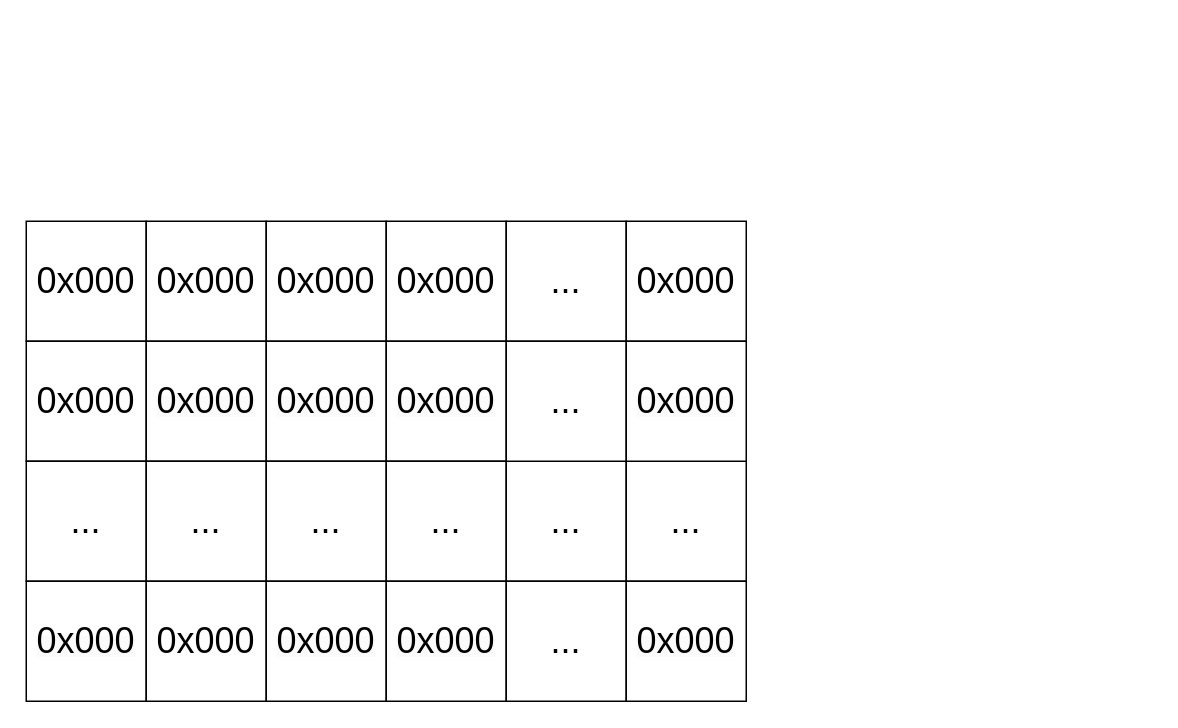
sabarioded/Patterns_Project keeps this draw.io diagram as Diagrams/matrix1.drawio. Above is the earlier version. Source tidied: cells renumbered, new cells numbered last; positions are measured from the earlier drawing's top-left corner, leaving out a move shared by most shapes. Both pictures are drawn from the tidied source at 150%, with x=0, y=0 at pixel (26, 220).
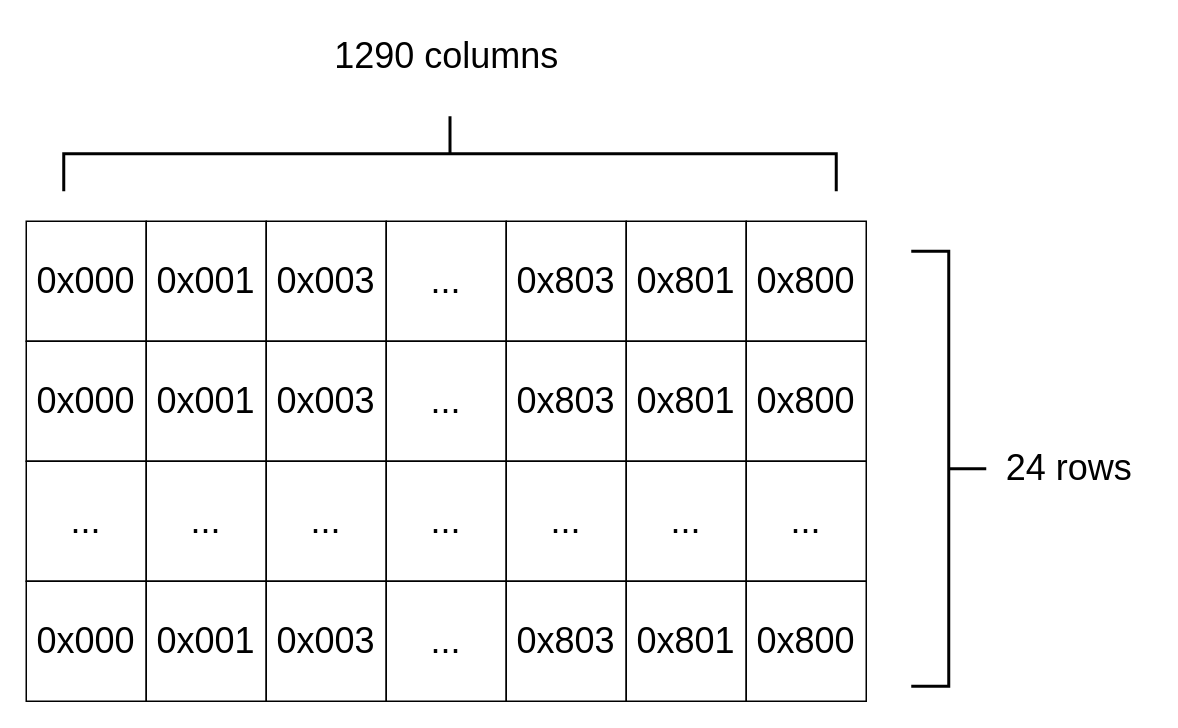
The same diagram, later.

Diff of the diagram source:
```diff
@@
-    <mxCell id="3" value="&lt;font style=&quot;font-size: 24px;&quot;&gt;0x000&lt;/font&gt;" style="rounded=0;whiteSpace=wrap;html=1;" parent="1" vertex="1">
+    <mxCell id="3" value="&lt;font style=&quot;font-size: 24px;&quot;&gt;0x001&lt;/font&gt;" style="rounded=0;whiteSpace=wrap;html=1;" parent="1" vertex="1">
       <mxGeometry x="80" width="80" height="80" as="geometry" />
     </mxCell>
-    <mxCell id="4" value="&lt;font style=&quot;font-size: 24px;&quot;&gt;0x000&lt;/font&gt;" style="rounded=0;whiteSpace=wrap;html=1;" parent="1" vertex="1">
-      <mxGeometry y="80" width="80" height="80" as="geometry" />
-    </mxCell>
-    <mxCell id="5" value="&lt;span style=&quot;color: rgb(0, 0, 0); font-family: Helvetica; font-style: normal; font-variant-ligatures: normal; font-variant-caps: normal; font-weight: 400; letter-spacing: normal; orphans: 2; text-align: center; text-indent: 0px; text-transform: none; widows: 2; word-spacing: 0px; -webkit-text-stroke-width: 0px; white-space: normal; background-color: rgb(251, 251, 251); text-decoration-thickness: initial; text-decoration-style: initial; text-decoration-color: initial; float: none; display: inline !important;&quot;&gt;&lt;font style=&quot;font-size: 24px;&quot;&gt;0x000&lt;/font&gt;&lt;/span&gt;" style="rounded=0;whiteSpace=wrap;html=1;" parent="1" vertex="1">
-      <mxGeometry x="80" y="80" width="80" height="80" as="geometry" />
-    </mxCell>
-    <mxCell id="6" value="&lt;font style=&quot;font-size: 24px;&quot;&gt;0x000&lt;/font&gt;" style="rounded=0;whiteSpace=wrap;html=1;" parent="1" vertex="1">
+    <mxCell id="6" value="&lt;font style=&quot;font-size: 24px;&quot;&gt;0x003&lt;/font&gt;" style="rounded=0;whiteSpace=wrap;html=1;" parent="1" vertex="1">
       <mxGeometry x="160" width="80" height="80" as="geometry" />
     </mxCell>
-    <mxCell id="7" value="&lt;font style=&quot;font-size: 24px;&quot;&gt;0x000&lt;/font&gt;" style="rounded=0;whiteSpace=wrap;html=1;" parent="1" vertex="1">
+    <mxCell id="7" value="&lt;font style=&quot;font-size: 24px;&quot;&gt;...&lt;/font&gt;" style="rounded=0;whiteSpace=wrap;html=1;" parent="1" vertex="1">
       <mxGeometry x="240" width="80" height="80" as="geometry" />
     </mxCell>
-    <mxCell id="8" value="&lt;span style=&quot;color: rgb(0, 0, 0); font-family: Helvetica; font-style: normal; font-variant-ligatures: normal; font-variant-caps: normal; font-weight: 400; letter-spacing: normal; orphans: 2; text-align: center; text-indent: 0px; text-transform: none; widows: 2; word-spacing: 0px; -webkit-text-stroke-width: 0px; white-space: normal; background-color: rgb(251, 251, 251); text-decoration-thickness: initial; text-decoration-style: initial; text-decoration-color: initial; float: none; display: inline !important;&quot;&gt;&lt;font style=&quot;font-size: 24px;&quot;&gt;0x000&lt;/font&gt;&lt;/span&gt;" style="rounded=0;whiteSpace=wrap;html=1;" parent="1" vertex="1">
-      <mxGeometry x="160" y="80" width="80" height="80" as="geometry" />
-    </mxCell>
-    <mxCell id="9" value="&lt;span style=&quot;color: rgb(0, 0, 0); font-family: Helvetica; font-style: normal; font-variant-ligatures: normal; font-variant-caps: normal; font-weight: 400; letter-spacing: normal; orphans: 2; text-align: center; text-indent: 0px; text-transform: none; widows: 2; word-spacing: 0px; -webkit-text-stroke-width: 0px; white-space: normal; background-color: rgb(251, 251, 251); text-decoration-thickness: initial; text-decoration-style: initial; text-decoration-color: initial; float: none; display: inline !important;&quot;&gt;&lt;font style=&quot;font-size: 24px;&quot;&gt;0x000&lt;/font&gt;&lt;/span&gt;" style="rounded=0;whiteSpace=wrap;html=1;" parent="1" vertex="1">
-      <mxGeometry x="240" y="80" width="80" height="80" as="geometry" />
-    </mxCell>
+    <mxCell id="22" value="&lt;span style=&quot;font-size: 24px;&quot;&gt;0x803&lt;/span&gt;" style="rounded=0;whiteSpace=wrap;html=1;" parent="1" vertex="1">
+      <mxGeometry x="320" width="80" height="80" as="geometry" />
+    </mxCell>
+    <mxCell id="23" value="&lt;font style=&quot;font-size: 24px;&quot;&gt;0x801&lt;/font&gt;" style="rounded=0;whiteSpace=wrap;html=1;" parent="1" vertex="1">
+      <mxGeometry x="400" width="80" height="80" as="geometry" />
+    </mxCell>
+    <mxCell id="26" value="&lt;font style=&quot;font-size: 24px;&quot;&gt;0x800&lt;/font&gt;" style="rounded=0;whiteSpace=wrap;html=1;" parent="1" vertex="1">
+      <mxGeometry x="480" width="80" height="80" as="geometry" />
+    </mxCell>
+    <mxCell id="4" value="&lt;font style=&quot;font-size: 24px;&quot;&gt;0x000&lt;/font&gt;" style="rounded=0;whiteSpace=wrap;html=1;" parent="1" vertex="1">
+      <mxGeometry y="80" width="80" height="80" as="geometry" />
+    </mxCell>
+    <mxCell id="27" value="&lt;font style=&quot;font-size: 24px;&quot;&gt;0x001&lt;/font&gt;" style="rounded=0;whiteSpace=wrap;html=1;" parent="1" vertex="1">
+      <mxGeometry x="80" y="80" width="80" height="80" as="geometry" />
+    </mxCell>
+    <mxCell id="28" value="&lt;font style=&quot;font-size: 24px;&quot;&gt;0x003&lt;/font&gt;" style="rounded=0;whiteSpace=wrap;html=1;" parent="1" vertex="1">
+      <mxGeometry x="160" y="80" width="80" height="80" as="geometry" />
+    </mxCell>
+    <mxCell id="29" value="&lt;font style=&quot;font-size: 24px;&quot;&gt;...&lt;/font&gt;" style="rounded=0;whiteSpace=wrap;html=1;" parent="1" vertex="1">
+      <mxGeometry x="240" y="80" width="80" height="80" as="geometry" />
+    </mxCell>
+    <mxCell id="30" value="&lt;span style=&quot;font-size: 24px;&quot;&gt;0x803&lt;/span&gt;" style="rounded=0;whiteSpace=wrap;html=1;" parent="1" vertex="1">
+      <mxGeometry x="320" y="80" width="80" height="80" as="geometry" />
+    </mxCell>
+    <mxCell id="31" value="&lt;font style=&quot;font-size: 24px;&quot;&gt;0x801&lt;/font&gt;" style="rounded=0;whiteSpace=wrap;html=1;" parent="1" vertex="1">
+      <mxGeometry x="400" y="80" width="80" height="80" as="geometry" />
+    </mxCell>
+    <mxCell id="32" value="&lt;font style=&quot;font-size: 24px;&quot;&gt;0x800&lt;/font&gt;" style="rounded=0;whiteSpace=wrap;html=1;" parent="1" vertex="1">
+      <mxGeometry x="480" y="80" width="80" height="80" as="geometry" />
+    </mxCell>
@@
-    <mxCell id="12" value="&lt;span style=&quot;color: rgb(0, 0, 0); font-family: Helvetica; font-style: normal; font-variant-ligatures: normal; font-variant-caps: normal; font-weight: 400; letter-spacing: normal; orphans: 2; text-align: center; text-indent: 0px; text-transform: none; widows: 2; word-spacing: 0px; -webkit-text-stroke-width: 0px; white-space: normal; background-color: rgb(251, 251, 251); text-decoration-thickness: initial; text-decoration-style: initial; text-decoration-color: initial; float: none; display: inline !important;&quot;&gt;&lt;font style=&quot;font-size: 24px;&quot;&gt;0x000&lt;/font&gt;&lt;/span&gt;" style="rounded=0;whiteSpace=wrap;html=1;" parent="1" vertex="1">
-      <mxGeometry y="240" width="80" height="80" as="geometry" />
-    </mxCell>
-    <mxCell id="13" value="&lt;font style=&quot;font-size: 24px;&quot;&gt;0x000&lt;/font&gt;" style="rounded=0;whiteSpace=wrap;html=1;" parent="1" vertex="1">
-      <mxGeometry x="80" y="240" width="80" height="80" as="geometry" />
-    </mxCell>
@@
-    <mxCell id="16" value="&lt;span style=&quot;color: rgb(0, 0, 0); font-family: Helvetica; font-style: normal; font-variant-ligatures: normal; font-variant-caps: normal; font-weight: 400; letter-spacing: normal; orphans: 2; text-align: center; text-indent: 0px; text-transform: none; widows: 2; word-spacing: 0px; -webkit-text-stroke-width: 0px; white-space: normal; background-color: rgb(251, 251, 251); text-decoration-thickness: initial; text-decoration-style: initial; text-decoration-color: initial; float: none; display: inline !important;&quot;&gt;&lt;font style=&quot;font-size: 24px;&quot;&gt;0x000&lt;/font&gt;&lt;/span&gt;" style="rounded=0;whiteSpace=wrap;html=1;" parent="1" vertex="1">
-      <mxGeometry x="160" y="240" width="80" height="80" as="geometry" />
-    </mxCell>
-    <mxCell id="17" value="&lt;span style=&quot;color: rgb(0, 0, 0); font-family: Helvetica; font-style: normal; font-variant-ligatures: normal; font-variant-caps: normal; font-weight: 400; letter-spacing: normal; orphans: 2; text-align: center; text-indent: 0px; text-transform: none; widows: 2; word-spacing: 0px; -webkit-text-stroke-width: 0px; white-space: normal; background-color: rgb(251, 251, 251); text-decoration-thickness: initial; text-decoration-style: initial; text-decoration-color: initial; float: none; display: inline !important;&quot;&gt;&lt;font style=&quot;font-size: 24px;&quot;&gt;0x000&lt;/font&gt;&lt;/span&gt;" style="rounded=0;whiteSpace=wrap;html=1;" parent="1" vertex="1">
-      <mxGeometry x="240" y="240" width="80" height="80" as="geometry" />
-    </mxCell>
-    <mxCell id="18" value="&lt;font style=&quot;font-size: 24px;&quot;&gt;...&lt;/font&gt;" style="rounded=0;whiteSpace=wrap;html=1;" parent="1" vertex="1">
-      <mxGeometry x="320" y="160" width="80" height="80" as="geometry" />
-    </mxCell>
+    <mxCell id="33" value="&lt;span style=&quot;font-size: 24px;&quot;&gt;...&lt;/span&gt;" style="rounded=0;whiteSpace=wrap;html=1;" parent="1" vertex="1">
+      <mxGeometry x="320" y="160" width="80" height="80" as="geometry" />
+    </mxCell>
@@
-    <mxCell id="20" value="&lt;font style=&quot;font-size: 24px;&quot;&gt;...&lt;/font&gt;" style="rounded=0;whiteSpace=wrap;html=1;" parent="1" vertex="1">
-      <mxGeometry x="320" y="240" width="80" height="80" as="geometry" />
-    </mxCell>
-    <mxCell id="21" value="&lt;span style=&quot;color: rgb(0, 0, 0); font-family: Helvetica; font-style: normal; font-variant-ligatures: normal; font-variant-caps: normal; font-weight: 400; letter-spacing: normal; orphans: 2; text-align: center; text-indent: 0px; text-transform: none; widows: 2; word-spacing: 0px; -webkit-text-stroke-width: 0px; white-space: normal; background-color: rgb(251, 251, 251); text-decoration-thickness: initial; text-decoration-style: initial; text-decoration-color: initial; float: none; display: inline !important;&quot;&gt;&lt;font style=&quot;font-size: 24px;&quot;&gt;0x000&lt;/font&gt;&lt;/span&gt;" style="rounded=0;whiteSpace=wrap;html=1;" parent="1" vertex="1">
-      <mxGeometry x="400" y="240" width="80" height="80" as="geometry" />
-    </mxCell>
-    <mxCell id="22" value="&lt;font style=&quot;font-size: 24px;&quot;&gt;...&lt;/font&gt;" style="rounded=0;whiteSpace=wrap;html=1;" parent="1" vertex="1">
-      <mxGeometry x="320" width="80" height="80" as="geometry" />
-    </mxCell>
-    <mxCell id="23" value="&lt;font style=&quot;font-size: 24px;&quot;&gt;0x000&lt;/font&gt;" style="rounded=0;whiteSpace=wrap;html=1;" parent="1" vertex="1">
-      <mxGeometry x="400" width="80" height="80" as="geometry" />
-    </mxCell>
-    <mxCell id="24" value="&lt;font style=&quot;font-size: 24px;&quot;&gt;...&lt;/font&gt;" style="rounded=0;whiteSpace=wrap;html=1;" parent="1" vertex="1">
-      <mxGeometry x="320" y="80" width="80" height="80" as="geometry" />
-    </mxCell>
-    <mxCell id="25" value="&lt;span style=&quot;color: rgb(0, 0, 0); font-family: Helvetica; font-style: normal; font-variant-ligatures: normal; font-variant-caps: normal; font-weight: 400; letter-spacing: normal; orphans: 2; text-align: center; text-indent: 0px; text-transform: none; widows: 2; word-spacing: 0px; -webkit-text-stroke-width: 0px; white-space: normal; background-color: rgb(251, 251, 251); text-decoration-thickness: initial; text-decoration-style: initial; text-decoration-color: initial; float: none; display: inline !important;&quot;&gt;&lt;font style=&quot;font-size: 24px;&quot;&gt;0x000&lt;/font&gt;&lt;/span&gt;" style="rounded=0;whiteSpace=wrap;html=1;" parent="1" vertex="1">
-      <mxGeometry x="400" y="80" width="80" height="80" as="geometry" />
-    </mxCell>
+    <mxCell id="34" value="&lt;font style=&quot;font-size: 24px;&quot;&gt;...&lt;/font&gt;" style="rounded=0;whiteSpace=wrap;html=1;" parent="1" vertex="1">
+      <mxGeometry x="480" y="160" width="80" height="80" as="geometry" />
+    </mxCell>
+    <mxCell id="13" value="&lt;font style=&quot;font-size: 24px;&quot;&gt;0x000&lt;/font&gt;" style="rounded=0;whiteSpace=wrap;html=1;" parent="1" vertex="1">
+      <mxGeometry y="240" width="80" height="80" as="geometry" />
+    </mxCell>
+    <mxCell id="35" value="&lt;font style=&quot;font-size: 24px;&quot;&gt;0x001&lt;/font&gt;" style="rounded=0;whiteSpace=wrap;html=1;" parent="1" vertex="1">
+      <mxGeometry x="80" y="240" width="80" height="80" as="geometry" />
+    </mxCell>
+    <mxCell id="36" value="&lt;font style=&quot;font-size: 24px;&quot;&gt;0x003&lt;/font&gt;" style="rounded=0;whiteSpace=wrap;html=1;" parent="1" vertex="1">
+      <mxGeometry x="160" y="240" width="80" height="80" as="geometry" />
+    </mxCell>
+    <mxCell id="37" value="&lt;font style=&quot;font-size: 24px;&quot;&gt;...&lt;/font&gt;" style="rounded=0;whiteSpace=wrap;html=1;" parent="1" vertex="1">
+      <mxGeometry x="240" y="240" width="80" height="80" as="geometry" />
+    </mxCell>
+    <mxCell id="38" value="&lt;span style=&quot;font-size: 24px;&quot;&gt;0x803&lt;/span&gt;" style="rounded=0;whiteSpace=wrap;html=1;" parent="1" vertex="1">
+      <mxGeometry x="320" y="240" width="80" height="80" as="geometry" />
+    </mxCell>
+    <mxCell id="39" value="&lt;font style=&quot;font-size: 24px;&quot;&gt;0x801&lt;/font&gt;" style="rounded=0;whiteSpace=wrap;html=1;" parent="1" vertex="1">
+      <mxGeometry x="400" y="240" width="80" height="80" as="geometry" />
+    </mxCell>
+    <mxCell id="40" value="&lt;font style=&quot;font-size: 24px;&quot;&gt;0x800&lt;/font&gt;" style="rounded=0;whiteSpace=wrap;html=1;" parent="1" vertex="1">
+      <mxGeometry x="480" y="240" width="80" height="80" as="geometry" />
+    </mxCell>
+    <mxCell id="41" style="strokeWidth=2;html=1;shape=mxgraph.flowchart.annotation_2;align=left;labelPosition=right;rotation=-180;" parent="1" vertex="1">
+      <mxGeometry x="590" y="20" width="50" height="290" as="geometry" />
+    </mxCell>
+    <mxCell id="42" value="&lt;font style=&quot;font-size: 24px;&quot;&gt;24 rows&lt;/font&gt;" style="text;html=1;align=center;verticalAlign=middle;strokeColor=none;fillColor=none;" parent="1" vertex="1">
+      <mxGeometry x="640" y="145" width="110" height="40" as="geometry" />
+    </mxCell>
+    <mxCell id="43" style="strokeWidth=2;html=1;shape=mxgraph.flowchart.annotation_2;align=left;labelPosition=right;rotation=90;" parent="1" vertex="1">
+      <mxGeometry x="257.5" y="-302.5" width="50" height="515" as="geometry" />
+    </mxCell>
+    <mxCell id="44" value="&lt;font style=&quot;font-size: 24px;&quot;&gt;1290 columns&lt;/font&gt;" style="text;html=1;align=center;verticalAlign=middle;strokeColor=none;fillColor=none;" parent="1" vertex="1">
+      <mxGeometry x="195" y="-130" width="170" height="40" as="geometry" />
+    </mxCell>
```
